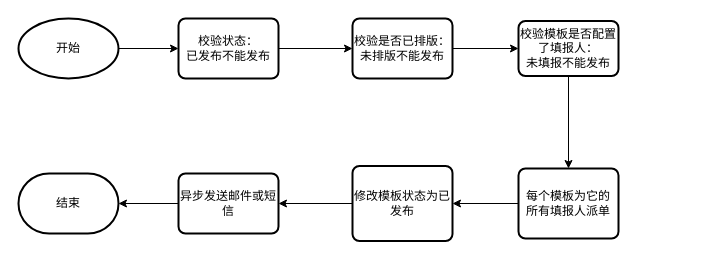
The draw.io diagram 数据填报-模板发布.drawio in weiqingping/dw, before the edit. Source tidied: cells renumbered, new cells numbered last; positions are measured from the earlier drawing's top-left corner, leaving out a move shared by most shapes. Both pictures are drawn from the tidied source at 100%, with x=0, y=0 at pixel (18, 18).
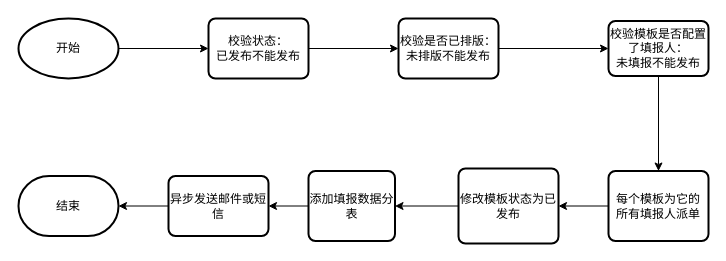
Above is the later version.

Commit message:
更新数据填报-模板发布.drawio

What changed in the source:
```diff
@@
 <mxGraphModel>
   <root>
     <mxCell id="0" />
     <mxCell id="1" parent="0" />
     <mxCell id="2" style="edgeStyle=orthogonalEdgeStyle;rounded=0;jettySize=auto;html=1;" parent="1" edge="1" source="3" target="5">
       <mxGeometry relative="1" as="geometry" />
     </mxCell>
     <mxCell id="3" value="开始" style="strokeWidth=2;html=1;shape=mxgraph.flowchart.start_1;whiteSpace=wrap;" parent="1" vertex="1">
       <mxGeometry width="100" height="60" as="geometry" />
     </mxCell>
     <mxCell id="4" style="edgeStyle=orthogonalEdgeStyle;rounded=0;jettySize=auto;html=1;" parent="1" edge="1" source="5" target="7">
       <mxGeometry relative="1" as="geometry" />
     </mxCell>
     <mxCell id="5" value="校验状态：&lt;br&gt;已发布不能发布" style="rounded=1;whiteSpace=wrap;html=1;absoluteArcSize=1;arcSize=14;strokeWidth=2;" parent="1" vertex="1">
-      <mxGeometry x="160" width="100" height="60" as="geometry" />
+      <mxGeometry x="190" width="100" height="60" as="geometry" />
     </mxCell>
     <mxCell id="6" style="edgeStyle=orthogonalEdgeStyle;rounded=0;jettySize=auto;html=1;" parent="1" edge="1" source="7" target="9">
       <mxGeometry relative="1" as="geometry" />
     </mxCell>
     <mxCell id="7" value="校验是否已排版：&lt;br&gt;未排版不能发布" style="rounded=1;whiteSpace=wrap;html=1;absoluteArcSize=1;arcSize=14;strokeWidth=2;" parent="1" vertex="1">
-      <mxGeometry x="334" width="100" height="60" as="geometry" />
+      <mxGeometry x="380" width="100" height="60" as="geometry" />
     </mxCell>
     <mxCell id="8" style="edgeStyle=orthogonalEdgeStyle;rounded=0;jettySize=auto;html=1;" parent="1" edge="1" source="9" target="11">
       <mxGeometry relative="1" as="geometry" />
     </mxCell>
     <mxCell id="9" value="校验模板是否配置了填报人：&lt;br&gt;未填报不能发布" style="rounded=1;whiteSpace=wrap;html=1;absoluteArcSize=1;arcSize=14;strokeWidth=2;" parent="1" vertex="1">
-      <mxGeometry x="500" y="2.5" width="100" height="55" as="geometry" />
+      <mxGeometry x="590" y="2.5" width="100" height="55" as="geometry" />
     </mxCell>
     <mxCell id="10" style="edgeStyle=orthogonalEdgeStyle;rounded=0;jettySize=auto;html=1;" parent="1" edge="1" source="11" target="13">
       <mxGeometry relative="1" as="geometry" />
     </mxCell>
     <mxCell id="11" value="每个模板为它的&lt;br&gt;所有填报人派单" style="rounded=1;whiteSpace=wrap;html=1;absoluteArcSize=1;arcSize=14;strokeWidth=2;" parent="1" vertex="1">
-      <mxGeometry x="500" y="150" width="100" height="70" as="geometry" />
+      <mxGeometry x="590" y="152.5" width="100" height="70" as="geometry" />
     </mxCell>
-    <mxCell id="12" style="edgeStyle=orthogonalEdgeStyle;rounded=0;jettySize=auto;html=1;" parent="1" edge="1" source="13" target="16">
-      <mxGeometry relative="1" as="geometry" />
-    </mxCell>
+    <mxCell id="17" style="edgeStyle=orthogonalEdgeStyle;rounded=0;jettySize=auto;html=1;" parent="1" edge="1" source="13" target="19">
+      <mxGeometry relative="1" as="geometry" />
+    </mxCell>
     <mxCell id="13" value="修改模板状态为已发布" style="rounded=1;whiteSpace=wrap;html=1;absoluteArcSize=1;arcSize=14;strokeWidth=2;" parent="1" vertex="1">
-      <mxGeometry x="334" y="147.5" width="100" height="75" as="geometry" />
+      <mxGeometry x="440" y="150" width="100" height="75" as="geometry" />
     </mxCell>
     <mxCell id="14" value="结束" style="strokeWidth=2;html=1;shape=mxgraph.flowchart.terminator;whiteSpace=wrap;" parent="1" vertex="1">
-      <mxGeometry y="155" width="100" height="60" as="geometry" />
+      <mxGeometry y="157.5" width="100" height="60" as="geometry" />
     </mxCell>
     <mxCell id="15" style="edgeStyle=orthogonalEdgeStyle;rounded=0;jettySize=auto;html=1;" parent="1" edge="1" source="16" target="14">
       <mxGeometry relative="1" as="geometry" />
     </mxCell>
     <mxCell id="16" value="异步发送邮件或短信" style="rounded=1;whiteSpace=wrap;html=1;absoluteArcSize=1;arcSize=14;strokeWidth=2;" parent="1" vertex="1">
-      <mxGeometry x="160" y="155" width="100" height="60" as="geometry" />
+      <mxGeometry x="150" y="157.5" width="100" height="60" as="geometry" />
     </mxCell>
+    <mxCell id="18" style="edgeStyle=orthogonalEdgeStyle;rounded=0;jettySize=auto;html=1;" parent="1" edge="1" source="19" target="16">
+      <mxGeometry relative="1" as="geometry" />
+    </mxCell>
+    <mxCell id="19" value="添加填报数据分表" style="rounded=1;whiteSpace=wrap;html=1;absoluteArcSize=1;arcSize=14;strokeWidth=2;" parent="1" vertex="1">
+      <mxGeometry x="290" y="152.5" width="86.5" height="70" as="geometry" />
+    </mxCell>
   </root>
 </mxGraphModel>
```
